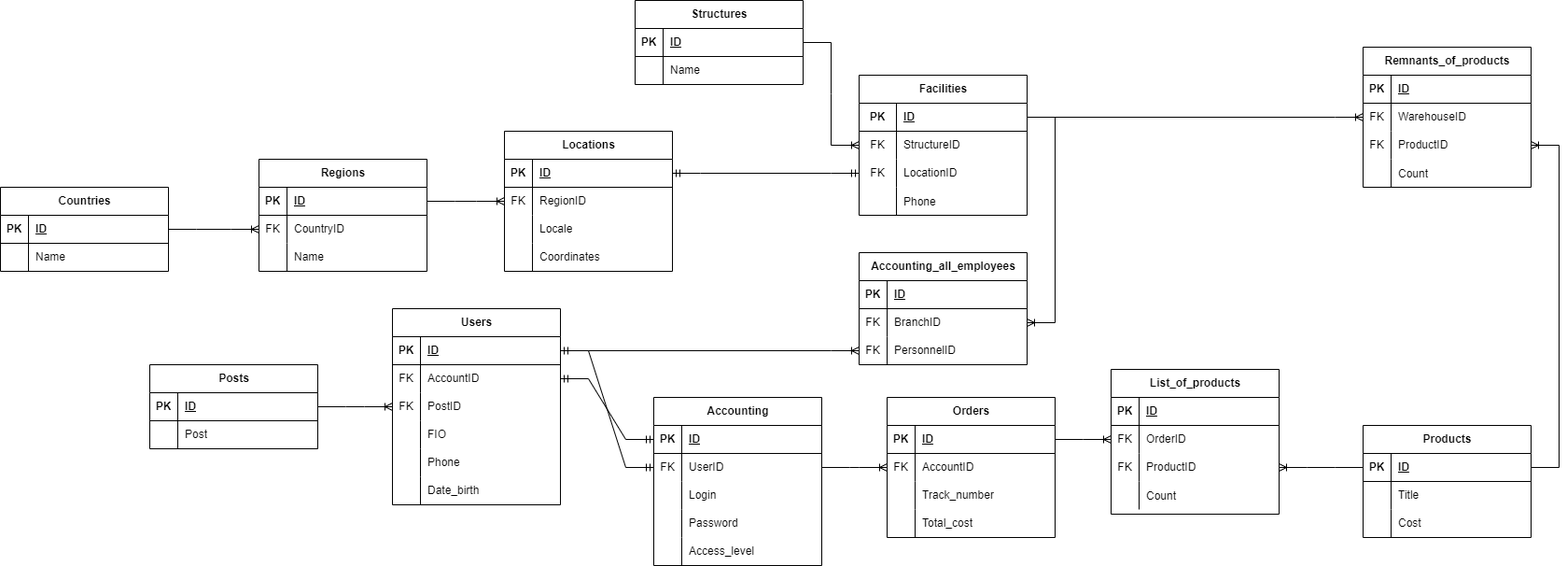
Earlier version of the draw.io export docs/uml/shesterochkaDB.drawio.png (JustKingYT1/demo_app). Source tidied: cells renumbered, new cells last; positions are measured from the earlier drawing's top-left corner, leaving out a move shared by most shapes.
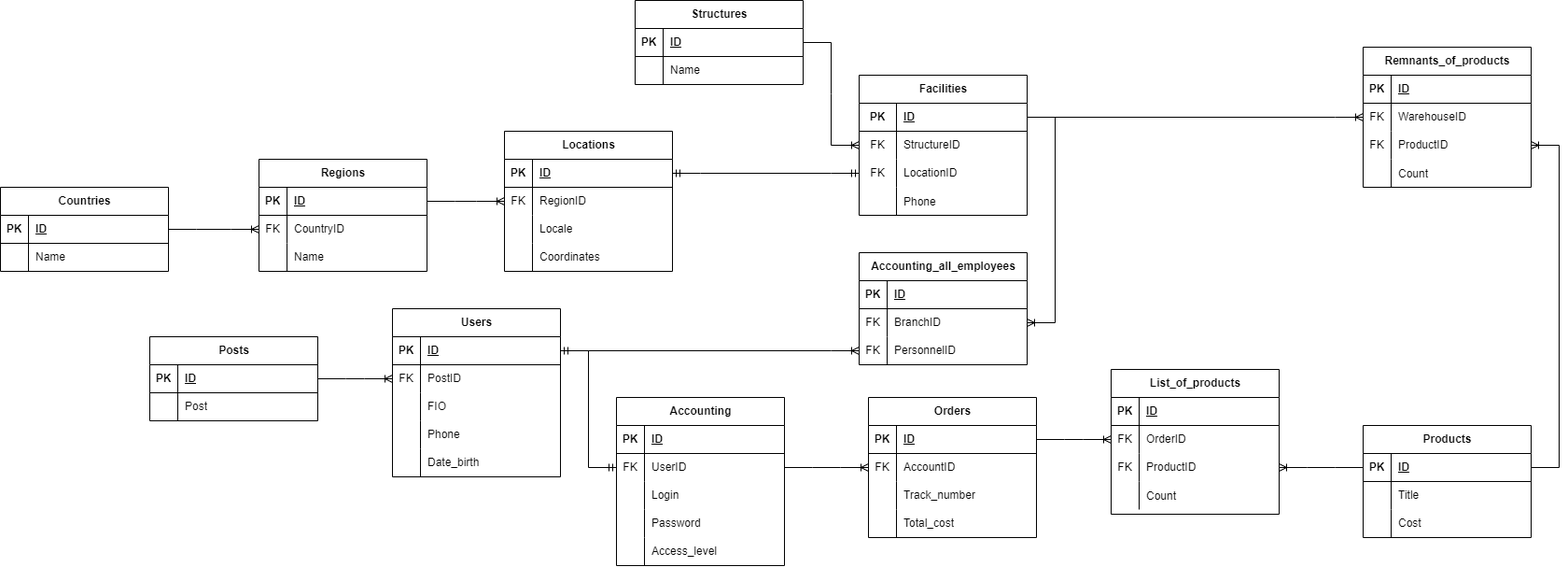
Above is the later version.

The edit, as a diff of the source:
```diff
@@ -3,7 +3,7 @@
     <mxCell id="0" />
     <mxCell id="1" parent="0" />
     <mxCell id="2" value="Accounting" style="shape=table;startSize=30;rowLines=0;fontStyle=1;align=center;html=1;" parent="1" vertex="1">
-      <mxGeometry x="700" y="425" width="180" height="180" as="geometry" />
+      <mxGeometry x="660" y="425" width="180" height="180" as="geometry" />
     </mxCell>
     <mxCell id="3" style="shape=tableRow;horizontal=0;startSize=0;swimlaneHead=0;swimlaneBody=0;fillColor=none;points=[[0,0.5],[1,0.5]];portConstraint=eastwest;top=0;left=0;right=0;bottom=1;" parent="2" vertex="1">
       <mxGeometry y="30" width="180" height="30" as="geometry" />
@@ -144,7 +144,7 @@
       <mxGeometry relative="1" as="geometry" />
     </mxCell>
     <mxCell id="49" value="Users" style="shape=table;startSize=30;rowLines=0;fontStyle=1;align=center;html=1;" parent="1" vertex="1">
-      <mxGeometry x="420" y="330" width="180" height="210" as="geometry" />
+      <mxGeometry x="420" y="330" width="180" height="180" as="geometry" />
     </mxCell>
     <mxCell id="50" style="shape=tableRow;horizontal=0;startSize=0;swimlaneHead=0;swimlaneBody=0;fillColor=none;points=[[0,0.5],[1,0.5]];portConstraint=eastwest;top=0;left=0;right=0;bottom=1;" parent="49" vertex="1">
       <mxGeometry y="30" width="180" height="30" as="geometry" />
@@ -155,17 +155,8 @@
     <mxCell id="52" value="ID" style="shape=partialRectangle;fillColor=none;top=0;left=0;bottom=0;right=0;align=left;spacingLeft=6;fontStyle=5;overflow=hidden;whiteSpace=wrap;html=1;" parent="50" vertex="1">
       <mxGeometry x="30" width="150" height="30" as="geometry" />
     </mxCell>
-    <mxCell id="53" style="shape=tableRow;horizontal=0;startSize=0;swimlaneHead=0;swimlaneBody=0;fillColor=none;points=[[0,0.5],[1,0.5]];portConstraint=eastwest;top=0;left=0;right=0;bottom=0;" parent="49" vertex="1">
-      <mxGeometry y="60" width="180" height="30" as="geometry" />
-    </mxCell>
-    <mxCell id="54" value="FK" style="shape=partialRectangle;fillColor=none;top=0;left=0;bottom=0;right=0;fontStyle=0;overflow=hidden;whiteSpace=wrap;html=1;" parent="53" vertex="1">
-      <mxGeometry width="30" height="30" as="geometry" />
-    </mxCell>
-    <mxCell id="55" value="AccountID" style="shape=partialRectangle;fillColor=none;top=0;left=0;bottom=0;right=0;align=left;spacingLeft=6;fontStyle=0;overflow=hidden;whiteSpace=wrap;html=1;" parent="53" vertex="1">
-      <mxGeometry x="30" width="150" height="30" as="geometry" />
-    </mxCell>
     <mxCell id="56" style="shape=tableRow;horizontal=0;startSize=0;swimlaneHead=0;swimlaneBody=0;fillColor=none;points=[[0,0.5],[1,0.5]];portConstraint=eastwest;top=0;left=0;right=0;bottom=0;" parent="49" vertex="1">
-      <mxGeometry y="90" width="180" height="30" as="geometry" />
+      <mxGeometry y="60" width="180" height="30" as="geometry" />
     </mxCell>
     <mxCell id="57" value="FK" style="shape=partialRectangle;fillColor=none;top=0;left=0;bottom=0;right=0;fontStyle=0;overflow=hidden;whiteSpace=wrap;html=1;" parent="56" vertex="1">
       <mxGeometry width="30" height="30" as="geometry" />
@@ -174,7 +165,7 @@
       <mxGeometry x="30" width="150" height="30" as="geometry" />
     </mxCell>
     <mxCell id="59" style="shape=tableRow;horizontal=0;startSize=0;swimlaneHead=0;swimlaneBody=0;fillColor=none;top=0;left=0;right=0;bottom=0;" parent="49" vertex="1">
-      <mxGeometry y="120" width="180" height="30" as="geometry" />
+      <mxGeometry y="90" width="180" height="30" as="geometry" />
     </mxCell>
     <mxCell id="60" style="shape=partialRectangle;fillColor=none;top=0;left=0;bottom=0;right=0;overflow=hidden;whiteSpace=wrap;html=1;" parent="59" vertex="1">
       <mxGeometry width="30" height="30" as="geometry" />
@@ -183,7 +174,7 @@
       <mxGeometry x="30" width="150" height="30" as="geometry" />
     </mxCell>
     <mxCell id="62" style="shape=tableRow;horizontal=0;startSize=0;swimlaneHead=0;swimlaneBody=0;fillColor=none;top=0;left=0;right=0;bottom=0;" parent="49" vertex="1">
-      <mxGeometry y="150" width="180" height="30" as="geometry" />
+      <mxGeometry y="120" width="180" height="30" as="geometry" />
     </mxCell>
     <mxCell id="63" style="shape=partialRectangle;fillColor=none;top=0;left=0;bottom=0;right=0;overflow=hidden;whiteSpace=wrap;html=1;" parent="62" vertex="1">
       <mxGeometry width="30" height="30" as="geometry" />
@@ -192,7 +183,7 @@
       <mxGeometry x="30" width="150" height="30" as="geometry" />
     </mxCell>
     <mxCell id="65" style="shape=tableRow;horizontal=0;startSize=0;swimlaneHead=0;swimlaneBody=0;fillColor=none;top=0;left=0;right=0;bottom=0;" parent="49" vertex="1">
-      <mxGeometry y="180" width="180" height="30" as="geometry" />
+      <mxGeometry y="150" width="180" height="30" as="geometry" />
     </mxCell>
     <mxCell id="66" style="shape=partialRectangle;fillColor=none;top=0;left=0;bottom=0;right=0;overflow=hidden;whiteSpace=wrap;html=1;" parent="65" vertex="1">
       <mxGeometry width="30" height="30" as="geometry" />
@@ -200,9 +191,6 @@
     <mxCell id="67" value="Date_birth" style="shape=partialRectangle;fillColor=none;top=0;left=0;bottom=0;right=0;align=left;spacingLeft=6;overflow=hidden;whiteSpace=wrap;html=1;" parent="65" vertex="1">
       <mxGeometry x="30" width="150" height="30" as="geometry" />
     </mxCell>
-    <mxCell id="68" style="edgeStyle=entityRelationEdgeStyle;fontSize=12;html=1;endArrow=ERmandOne;startArrow=ERmandOne;rounded=0;entryX=0;entryY=0.5;entryDx=0;entryDy=0;" parent="1" edge="1" source="53" target="3">
-      <mxGeometry relative="1" as="geometry" />
-    </mxCell>
     <mxCell id="69" style="edgeStyle=entityRelationEdgeStyle;fontSize=12;html=1;endArrow=ERmandOne;startArrow=ERmandOne;rounded=0;" parent="1" edge="1" source="50" target="6">
       <mxGeometry relative="1" as="geometry" />
     </mxCell>
@@ -210,7 +198,7 @@
       <mxGeometry relative="1" as="geometry" />
     </mxCell>
     <mxCell id="71" value="Posts" style="shape=table;startSize=30;rowLines=0;fontStyle=1;align=center;html=1;" parent="1" vertex="1">
-      <mxGeometry x="160" y="390" width="180" height="90" as="geometry" />
+      <mxGeometry x="160" y="360" width="180" height="90" as="geometry" />
     </mxCell>
     <mxCell id="72" style="shape=tableRow;horizontal=0;startSize=0;swimlaneHead=0;swimlaneBody=0;fillColor=none;points=[[0,0.5],[1,0.5]];portConstraint=eastwest;top=0;left=0;right=0;bottom=1;" parent="71" vertex="1">
       <mxGeometry y="30" width="180" height="30" as="geometry" />
@@ -234,7 +222,7 @@
       <mxGeometry relative="1" as="geometry" />
     </mxCell>
     <mxCell id="79" value="Orders" style="shape=table;startSize=30;rowLines=0;fontStyle=1;align=center;html=1;" parent="1" vertex="1">
-      <mxGeometry x="950" y="425" width="180" height="150" as="geometry" />
+      <mxGeometry x="930" y="425" width="180" height="150" as="geometry" />
     </mxCell>
     <mxCell id="80" style="shape=tableRow;horizontal=0;startSize=0;swimlaneHead=0;swimlaneBody=0;fillColor=none;points=[[0,0.5],[1,0.5]];portConstraint=eastwest;top=0;left=0;right=0;bottom=1;" parent="79" vertex="1">
       <mxGeometry y="30" width="180" height="30" as="geometry" />
```
